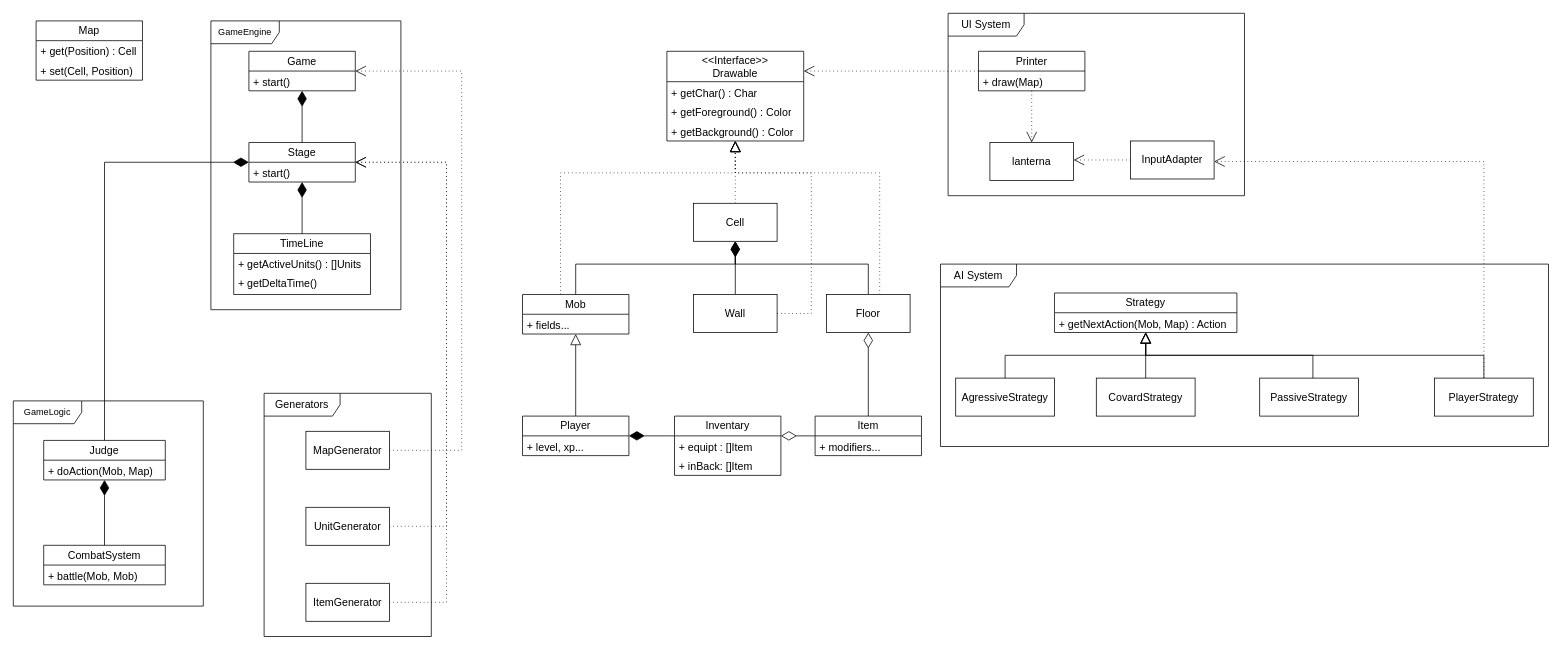
DKARAGODIN/ftw keeps this draw.io diagram as page "Диаграмма классов" (2 of 2) of img/ftw.drawio. Above is the earlier version. Source tidied: cells renumbered, new cells numbered last; positions are measured from the earlier drawing's top-left corner, leaving out a move shared by most shapes. Both pictures are drawn from the tidied source at 76%, with x=0, y=0 at pixel (13, 13).
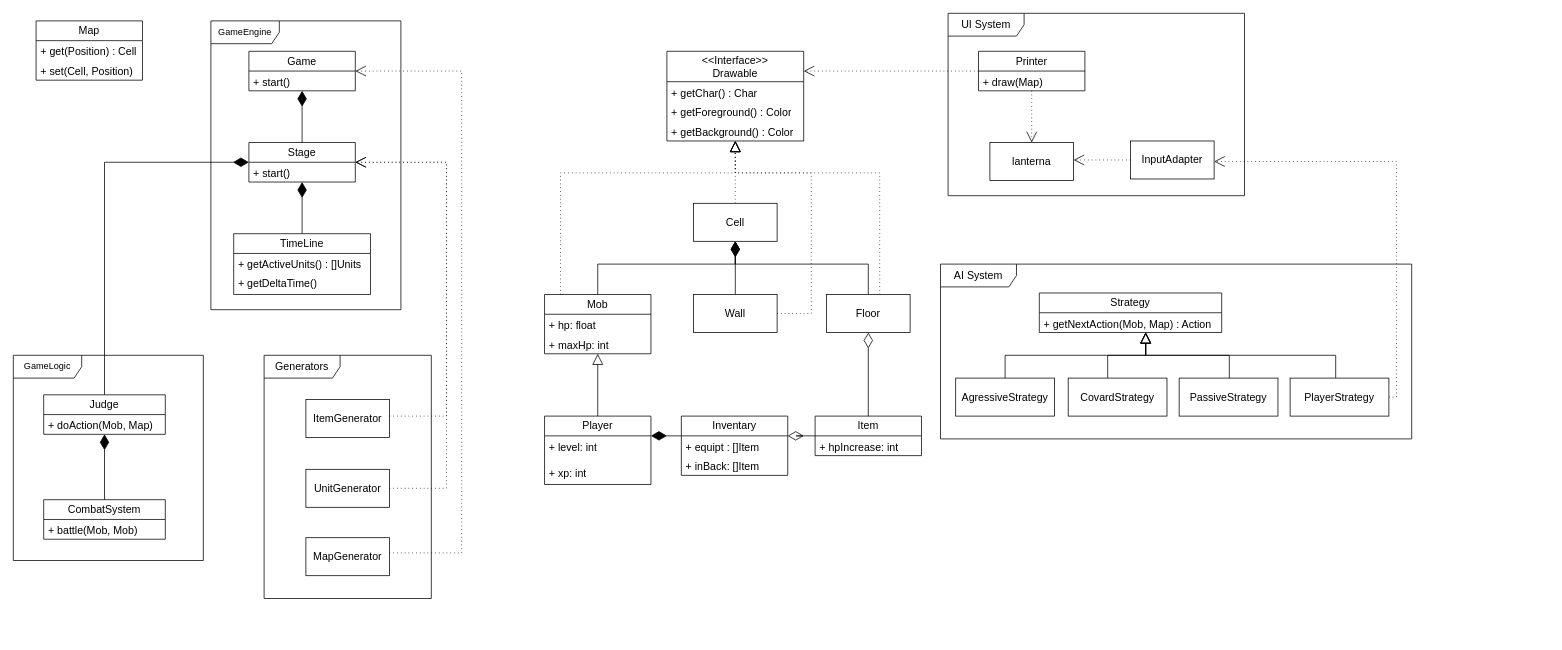
The same page after the edit.

The change refers to these unchanged cells:
```xml
<mxCell id="2" value="Game" style="swimlane;fontStyle=0;horizontal=1;startSize=26;fillColor=none;whiteSpace=wrap;html=1;fontSize=14;" parent="1" vertex="1">
  <mxGeometry x="310" y="50" width="140" height="52" as="geometry" />
</mxCell>
<mxCell id="5" value="Stage" style="swimlane;fontStyle=0;horizontal=1;startSize=26;fillColor=none;whiteSpace=wrap;html=1;fontSize=14;" parent="1" vertex="1">
  <mxGeometry x="310" y="170" width="140" height="52" as="geometry" />
</mxCell>
<mxCell id="17" value="Cell" style="html=1;whiteSpace=wrap;fontSize=14;" parent="1" vertex="1">
  <mxGeometry x="895" y="250" width="110" height="50" as="geometry" />
</mxCell>
<mxCell id="30" value="Item" style="swimlane;fontStyle=0;horizontal=1;startSize=26;fillColor=none;whiteSpace=wrap;html=1;fontSize=14;" parent="1" vertex="1">
  <mxGeometry x="1055" y="530" width="140" height="52" as="geometry" />
</mxCell>
<mxCell id="54" value="InputAdapter" style="html=1;whiteSpace=wrap;fontSize=14;" parent="1" vertex="1">
  <mxGeometry x="1470" y="168" width="110" height="50" as="geometry" />
</mxCell>
```

The edit, as a diff of the source:
```diff
@@
     <mxCell id="25" style="edgeStyle=orthogonalEdgeStyle;rounded=0;jettySize=auto;html=1;endArrow=diamondThin;endFill=1;endSize=18;" parent="1" edge="1" source="26" target="17">
       <mxGeometry relative="1" as="geometry">
         <Array as="points">
-          <mxPoint x="740" y="330" />
+          <mxPoint x="769" y="330" />
           <mxPoint x="950" y="330" />
         </Array>
       </mxGeometry>
     </mxCell>
     <mxCell id="26" value="Mob" style="swimlane;fontStyle=0;horizontal=1;startSize=26;fillColor=none;whiteSpace=wrap;html=1;fontSize=14;" parent="1" vertex="1">
-      <mxGeometry x="670" y="370" width="140" height="52" as="geometry" />
+      <mxGeometry x="699" y="370" width="140" height="78" as="geometry" />
     </mxCell>
-    <mxCell id="27" value="+ fields..." style="text;strokeColor=none;fillColor=none;align=left;verticalAlign=top;spacingLeft=4;spacingRight=4;overflow=hidden;whiteSpace=wrap;html=1;fontSize=14;" parent="26" vertex="1">
+    <mxCell id="27" value="+ hp: float&lt;br&gt;" style="text;strokeColor=none;fillColor=none;align=left;verticalAlign=top;spacingLeft=4;spacingRight=4;overflow=hidden;whiteSpace=wrap;html=1;fontSize=14;" parent="26" vertex="1">
       <mxGeometry y="26" width="140" height="26" as="geometry" />
     </mxCell>
+    <mxCell id="76" value="+ maxHp: int" style="text;strokeColor=none;fillColor=none;align=left;verticalAlign=top;spacingLeft=4;spacingRight=4;overflow=hidden;whiteSpace=wrap;html=1;fontSize=14;" parent="26" vertex="1">
+      <mxGeometry y="52" width="140" height="26" as="geometry" />
+    </mxCell>
@@
-    <mxCell id="31" value="+ modifiers..." style="text;strokeColor=none;fillColor=none;align=left;verticalAlign=top;spacingLeft=4;spacingRight=4;overflow=hidden;whiteSpace=wrap;html=1;fontSize=14;" parent="30" vertex="1">
+    <mxCell id="31" value="+ hpIncrease: int&lt;br&gt;" style="text;strokeColor=none;fillColor=none;align=left;verticalAlign=top;spacingLeft=4;spacingRight=4;overflow=hidden;whiteSpace=wrap;html=1;fontSize=14;" parent="30" vertex="1">
       <mxGeometry y="26" width="140" height="26" as="geometry" />
     </mxCell>
@@
     <mxCell id="33" value="Player" style="swimlane;fontStyle=0;horizontal=1;startSize=26;fillColor=none;whiteSpace=wrap;html=1;fontSize=14;" parent="1" vertex="1">
-      <mxGeometry x="670" y="530" width="140" height="52" as="geometry" />
+      <mxGeometry x="699" y="530" width="140" height="90" as="geometry" />
     </mxCell>
-    <mxCell id="34" value="+ level, xp..." style="text;strokeColor=none;fillColor=none;align=left;verticalAlign=top;spacingLeft=4;spacingRight=4;overflow=hidden;whiteSpace=wrap;html=1;fontSize=14;" parent="33" vertex="1">
-      <mxGeometry y="26" width="140" height="26" as="geometry" />
+    <mxCell id="34" value="+ level: int&lt;br&gt;" style="text;strokeColor=none;fillColor=none;align=left;verticalAlign=top;spacingLeft=4;spacingRight=4;overflow=hidden;whiteSpace=wrap;html=1;fontSize=14;" parent="33" vertex="1">
+      <mxGeometry y="26" width="140" height="34" as="geometry" />
     </mxCell>
+    <mxCell id="77" value="+ xp: int" style="text;strokeColor=none;fillColor=none;align=left;verticalAlign=top;spacingLeft=4;spacingRight=4;overflow=hidden;whiteSpace=wrap;html=1;fontSize=14;" parent="33" vertex="1">
+      <mxGeometry y="60" width="140" height="30" as="geometry" />
+    </mxCell>
@@
     <mxCell id="36" value="Inventary" style="swimlane;fontStyle=0;horizontal=1;startSize=26;fillColor=none;whiteSpace=wrap;html=1;fontSize=14;" parent="1" vertex="1">
-      <mxGeometry x="870" y="530" width="140" height="78" as="geometry" />
+      <mxGeometry x="879" y="530" width="140" height="78" as="geometry" />
     </mxCell>
@@
     <mxCell id="45" value="Strategy" style="swimlane;fontStyle=0;horizontal=1;startSize=26;fillColor=none;whiteSpace=wrap;html=1;fontSize=14;" parent="1" vertex="1">
-      <mxGeometry x="1370" y="368" width="240" height="52" as="geometry" />
+      <mxGeometry x="1350" y="368" width="240" height="52" as="geometry" />
     </mxCell>
@@
     <mxCell id="47" value="CovardStrategy" style="html=1;whiteSpace=wrap;fontSize=14;" parent="1" vertex="1">
-      <mxGeometry x="1425" y="480" width="130" height="50" as="geometry" />
+      <mxGeometry x="1388" y="480" width="130" height="50" as="geometry" />
     </mxCell>
@@
     <mxCell id="49" style="edgeStyle=orthogonalEdgeStyle;rounded=0;jettySize=auto;html=1;endArrow=open;endFill=0;dashed=1;endSize=12;dashPattern=1 4;" parent="1" edge="1" source="51" target="54">
       <mxGeometry relative="1" as="geometry">
         <Array as="points">
-          <mxPoint x="1935" y="195" />
-          <mxPoint x="1545" y="195" />
+          <mxPoint x="1820" y="505" />
+          <mxPoint x="1820" y="195" />
         </Array>
       </mxGeometry>
     </mxCell>
     <mxCell id="50" style="edgeStyle=orthogonalEdgeStyle;rounded=0;jettySize=auto;html=1;endArrow=block;endFill=0;endSize=12;" parent="1" edge="1" source="51" target="45">
       <mxGeometry relative="1" as="geometry">
         <Array as="points">
-          <mxPoint x="1935" y="450" />
+          <mxPoint x="1740" y="450" />
           <mxPoint x="1490" y="450" />
         </Array>
       </mxGeometry>
     </mxCell>
     <mxCell id="51" value="PlayerStrategy" style="html=1;whiteSpace=wrap;fontSize=14;" parent="1" vertex="1">
-      <mxGeometry x="1870" y="480" width="130" height="50" as="geometry" />
+      <mxGeometry x="1680" y="480" width="130" height="50" as="geometry" />
     </mxCell>
     <mxCell id="52" value="PassiveStrategy" style="html=1;whiteSpace=wrap;fontSize=14;" parent="1" vertex="1">
-      <mxGeometry x="1640" y="480" width="130" height="50" as="geometry" />
+      <mxGeometry x="1534" y="480" width="130" height="50" as="geometry" />
     </mxCell>
@@
     <mxCell id="55" style="edgeStyle=orthogonalEdgeStyle;rounded=0;jettySize=auto;html=1;endArrow=block;endFill=0;endSize=12;" parent="1" edge="1" source="52" target="45">
       <mxGeometry relative="1" as="geometry">
         <Array as="points">
-          <mxPoint x="1710" y="450" />
+          <mxPoint x="1600" y="450" />
           <mxPoint x="1490" y="450" />
         </Array>
       </mxGeometry>
     </mxCell>
     <mxCell id="56" style="edgeStyle=orthogonalEdgeStyle;rounded=0;jettySize=auto;html=1;endArrow=block;endFill=0;endSize=12;" parent="1" edge="1" source="47" target="45">
       <mxGeometry relative="1" as="geometry">
         <Array as="points">
-          <mxPoint x="1490" y="450" />
+          <mxPoint x="1440" y="450" />
           <mxPoint x="1490" y="450" />
         </Array>
       </mxGeometry>
     </mxCell>
@@
     <mxCell id="58" value="&lt;font style=&quot;font-size: 14px;&quot;&gt;AI System&lt;/font&gt;" style="shape=umlFrame;whiteSpace=wrap;html=1;width=100;height=30;fontSize=14;" parent="1" vertex="1">
-      <mxGeometry x="1220" y="330" width="800" height="240" as="geometry" />
+      <mxGeometry x="1220" y="330" width="620" height="230" as="geometry" />
     </mxCell>
@@
     <mxCell id="63" value="Judge" style="swimlane;fontStyle=0;horizontal=1;startSize=26;fillColor=none;whiteSpace=wrap;html=1;fontSize=14;" parent="1" vertex="1">
-      <mxGeometry x="40" y="562" width="160" height="52" as="geometry" />
+      <mxGeometry x="40" y="502" width="160" height="52" as="geometry" />
     </mxCell>
@@
     <mxCell id="66" value="CombatSystem" style="swimlane;fontStyle=0;horizontal=1;startSize=26;fillColor=none;whiteSpace=wrap;html=1;fontSize=14;" parent="1" vertex="1">
-      <mxGeometry x="40" y="700" width="160" height="52" as="geometry" />
+      <mxGeometry x="40" y="640" width="160" height="52" as="geometry" />
     </mxCell>
@@
     <mxCell id="68" value="GameLogic" style="shape=umlFrame;whiteSpace=wrap;html=1;width=90;height=30;" parent="1" vertex="1">
-      <mxGeometry y="510" width="250" height="270" as="geometry" />
+      <mxGeometry y="450" width="250" height="270" as="geometry" />
     </mxCell>
     <mxCell id="69" value="&lt;font style=&quot;font-size: 14px;&quot;&gt;Generators&lt;/font&gt;" style="shape=umlFrame;whiteSpace=wrap;html=1;width=100;height=30;fontSize=14;" parent="1" vertex="1">
-      <mxGeometry x="330" y="500" width="220" height="320" as="geometry" />
+      <mxGeometry x="330" y="450" width="220" height="320" as="geometry" />
     </mxCell>
     <mxCell id="70" style="edgeStyle=orthogonalEdgeStyle;rounded=0;jettySize=auto;html=1;dashed=1;dashPattern=1 4;endArrow=open;endFill=0;endSize=12;" parent="1" edge="1" source="71" target="2">
       <mxGeometry relative="1" as="geometry">
         <Array as="points">
-          <mxPoint x="590" y="575" />
+          <mxPoint x="590" y="710" />
           <mxPoint x="590" y="76" />
         </Array>
       </mxGeometry>
     </mxCell>
     <mxCell id="71" value="MapGenerator" style="html=1;whiteSpace=wrap;fontSize=14;" parent="1" vertex="1">
-      <mxGeometry x="385" y="550" width="110" height="50" as="geometry" />
+      <mxGeometry x="385" y="690" width="110" height="50" as="geometry" />
     </mxCell>
     <mxCell id="72" style="edgeStyle=orthogonalEdgeStyle;rounded=0;jettySize=auto;html=1;endArrow=open;endFill=0;dashed=1;dashPattern=1 4;endSize=12;" parent="1" edge="1" source="73" target="5">
       <mxGeometry relative="1" as="geometry">
         <Array as="points">
-          <mxPoint x="570" y="675" />
+          <mxPoint x="570" y="625" />
           <mxPoint x="570" y="196" />
         </Array>
       </mxGeometry>
     </mxCell>
     <mxCell id="73" value="UnitGenerator" style="html=1;whiteSpace=wrap;fontSize=14;" parent="1" vertex="1">
-      <mxGeometry x="385" y="650" width="110" height="50" as="geometry" />
+      <mxGeometry x="385" y="600" width="110" height="50" as="geometry" />
     </mxCell>
     <mxCell id="74" style="edgeStyle=orthogonalEdgeStyle;rounded=0;jettySize=auto;html=1;dashed=1;dashPattern=1 4;endArrow=open;endFill=0;endSize=12;" parent="1" edge="1" source="75" target="5">
       <mxGeometry relative="1" as="geometry">
         <Array as="points">
-          <mxPoint x="570" y="775" />
+          <mxPoint x="570" y="530" />
           <mxPoint x="570" y="196" />
         </Array>
       </mxGeometry>
     </mxCell>
     <mxCell id="75" value="ItemGenerator" style="html=1;whiteSpace=wrap;fontSize=14;" parent="1" vertex="1">
-      <mxGeometry x="385" y="750" width="110" height="50" as="geometry" />
+      <mxGeometry x="385" y="508" width="110" height="50" as="geometry" />
     </mxCell>
```
